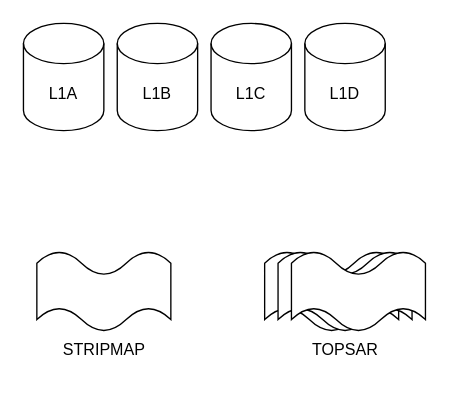
The draw.io diagram sup_saocom_processing.drawio in kautlenbachs/bulpp_diagrams, before the edit. Source tidied: cells renumbered, new cells numbered last; positions are measured from the earlier drawing's top-left corner, leaving out a move shared by most shapes. Both pictures are drawn from the tidied source at 134%, with x=0, y=0 at pixel (23, 23).
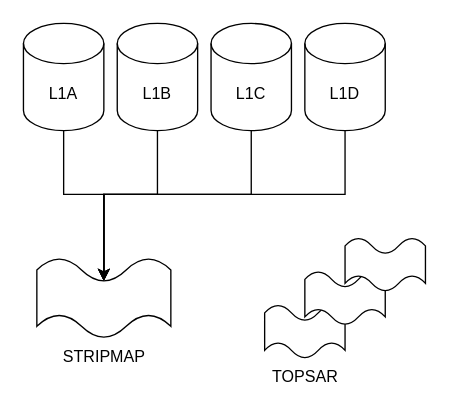
The same page after the edit.

Diff of the diagram source:
```diff
@@
 <mxGraphModel>
   <root>
     <mxCell id="0" />
     <mxCell id="1" parent="0" />
     <mxCell id="2" value="L1A" style="shape=cylinder3;whiteSpace=wrap;html=1;boundedLbl=1;backgroundOutline=1;size=15;" parent="1" vertex="1">
       <mxGeometry width="60" height="80" as="geometry" />
     </mxCell>
     <mxCell id="3" value="L1B" style="shape=cylinder3;whiteSpace=wrap;html=1;boundedLbl=1;backgroundOutline=1;size=15;" parent="1" vertex="1">
       <mxGeometry x="70" width="60" height="80" as="geometry" />
     </mxCell>
     <mxCell id="4" value="L1C" style="shape=cylinder3;whiteSpace=wrap;html=1;boundedLbl=1;backgroundOutline=1;size=15;" parent="1" vertex="1">
       <mxGeometry x="140" width="60" height="80" as="geometry" />
     </mxCell>
     <mxCell id="5" value="L1D" style="shape=cylinder3;whiteSpace=wrap;html=1;boundedLbl=1;backgroundOutline=1;size=15;" parent="1" vertex="1">
       <mxGeometry x="210" width="60" height="80" as="geometry" />
     </mxCell>
     <mxCell id="6" value="&lt;div&gt;STRIPMAP&lt;/div&gt;" style="verticalLabelPosition=bottom;verticalAlign=top;html=1;shape=mxgraph.basic.wave2;dy=0.3;" parent="1" vertex="1">
-      <mxGeometry x="10" y="170" width="100" height="60" as="geometry" />
+      <mxGeometry x="10" y="175" width="100" height="60" as="geometry" />
     </mxCell>
+    <mxCell id="10" style="edgeStyle=orthogonalEdgeStyle;rounded=0;jettySize=auto;html=1;exitX=0.5;exitY=1;exitDx=0;exitDy=0;exitPerimeter=0;entryX=0;entryY=0;entryDx=50;entryDy=17.099999999999998;entryPerimeter=0;" parent="1" edge="1" source="2" target="6">
+      <mxGeometry relative="1" as="geometry" />
+    </mxCell>
+    <mxCell id="11" style="edgeStyle=orthogonalEdgeStyle;rounded=0;jettySize=auto;html=1;exitX=0.5;exitY=1;exitDx=0;exitDy=0;exitPerimeter=0;entryX=0;entryY=0;entryDx=50;entryDy=17.099999999999998;entryPerimeter=0;" parent="1" edge="1" source="3" target="6">
+      <mxGeometry relative="1" as="geometry" />
+    </mxCell>
+    <mxCell id="12" style="edgeStyle=orthogonalEdgeStyle;rounded=0;jettySize=auto;html=1;exitX=0.5;exitY=1;exitDx=0;exitDy=0;exitPerimeter=0;entryX=0;entryY=0;entryDx=50;entryDy=17.099999999999998;entryPerimeter=0;" parent="1" edge="1" source="4" target="6">
+      <mxGeometry relative="1" as="geometry" />
+    </mxCell>
+    <mxCell id="13" style="edgeStyle=orthogonalEdgeStyle;rounded=0;jettySize=auto;html=1;exitX=0.5;exitY=1;exitDx=0;exitDy=0;exitPerimeter=0;entryX=0;entryY=0;entryDx=50;entryDy=17.099999999999998;entryPerimeter=0;" parent="1" edge="1" source="5" target="6">
+      <mxGeometry relative="1" as="geometry" />
+    </mxCell>
-    <mxCell id="7" value="&lt;div&gt;&amp;nbsp;&amp;nbsp;&amp;nbsp;&amp;nbsp;&amp;nbsp; TOPSAR&lt;/div&gt;" style="verticalLabelPosition=bottom;verticalAlign=top;html=1;shape=mxgraph.basic.wave2;dy=0.3;" parent="1" vertex="1">
-      <mxGeometry x="180" y="170" width="100" height="60" as="geometry" />
+    <mxCell id="7" value="TOPSAR" style="verticalLabelPosition=bottom;verticalAlign=top;html=1;shape=mxgraph.basic.wave2;dy=0.3;" parent="1" vertex="1">
+      <mxGeometry x="180" y="210" width="60" height="40" as="geometry" />
     </mxCell>
-    <mxCell id="8" style="verticalLabelPosition=bottom;verticalAlign=top;html=1;shape=mxgraph.basic.wave2;dy=0.3;" parent="1" vertex="1">
-      <mxGeometry x="190" y="170" width="100" height="60" as="geometry" />
-    </mxCell>
-    <mxCell id="9" style="verticalLabelPosition=bottom;verticalAlign=top;html=1;shape=mxgraph.basic.wave2;dy=0.3;" parent="1" vertex="1">
-      <mxGeometry x="200" y="170" width="100" height="60" as="geometry" />
-    </mxCell>
+    <mxCell id="14" style="verticalLabelPosition=bottom;verticalAlign=top;html=1;shape=mxgraph.basic.wave2;dy=0.3;" parent="1" vertex="1">
+      <mxGeometry x="210" y="185" width="60" height="40" as="geometry" />
+    </mxCell>
+    <mxCell id="15" style="verticalLabelPosition=bottom;verticalAlign=top;html=1;shape=mxgraph.basic.wave2;dy=0.3;" parent="1" vertex="1">
+      <mxGeometry x="240" y="160" width="60" height="40" as="geometry" />
+    </mxCell>
   </root>
 </mxGraphModel>
```
